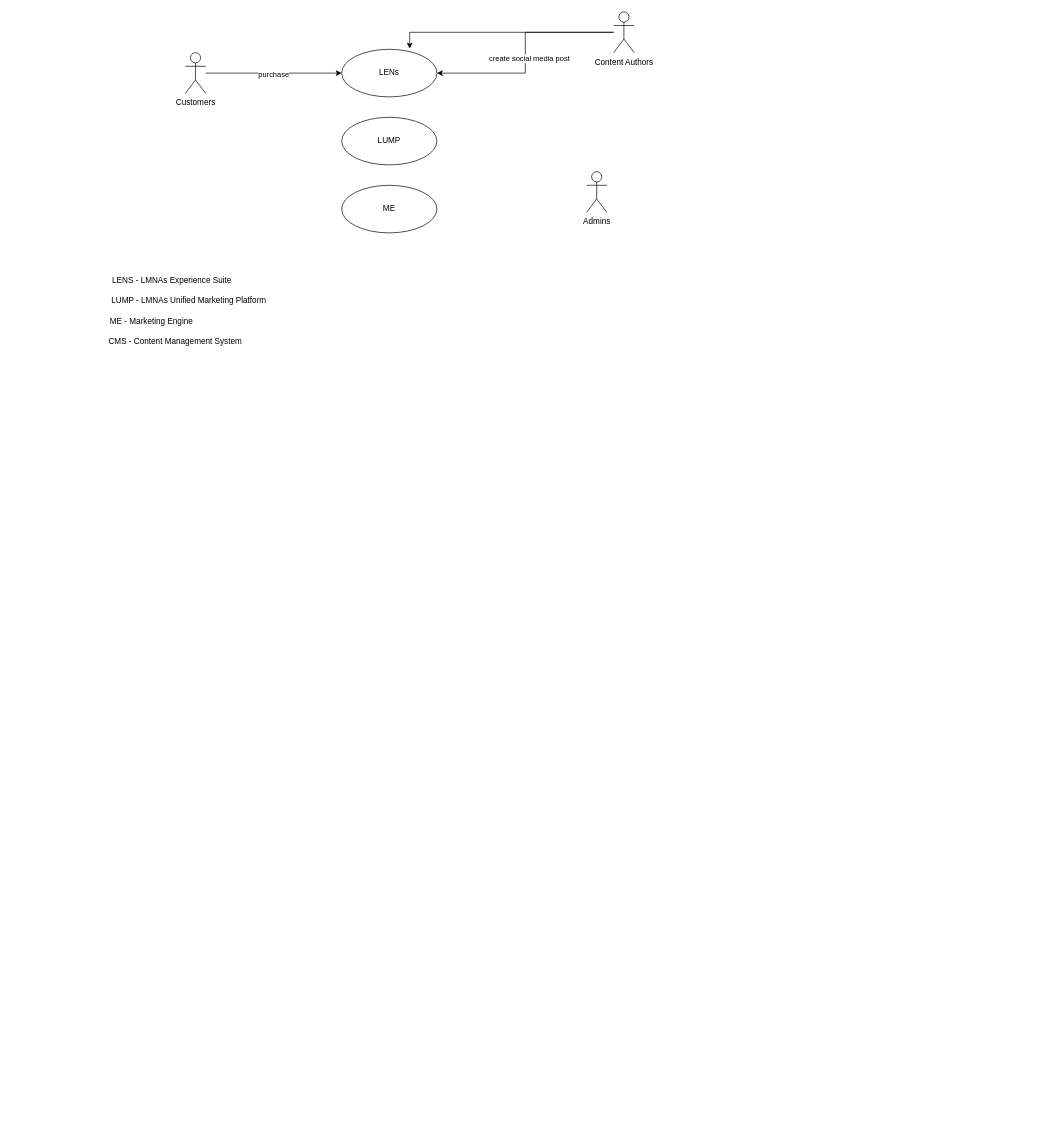
Before: page "LUMP - Use Case Diagram" (2 of 2) of lens-hlighlevel-solution-architecture.drawio in lmnaslimited/iyakkam, a draw.io diagram. Source tidied: cells renumbered, new cells numbered last; positions are measured from the earlier drawing's top-left corner, leaving out a move shared by most shapes. Both pictures are drawn from the tidied source at 68%, with x=0, y=0 at pixel (103, 12).
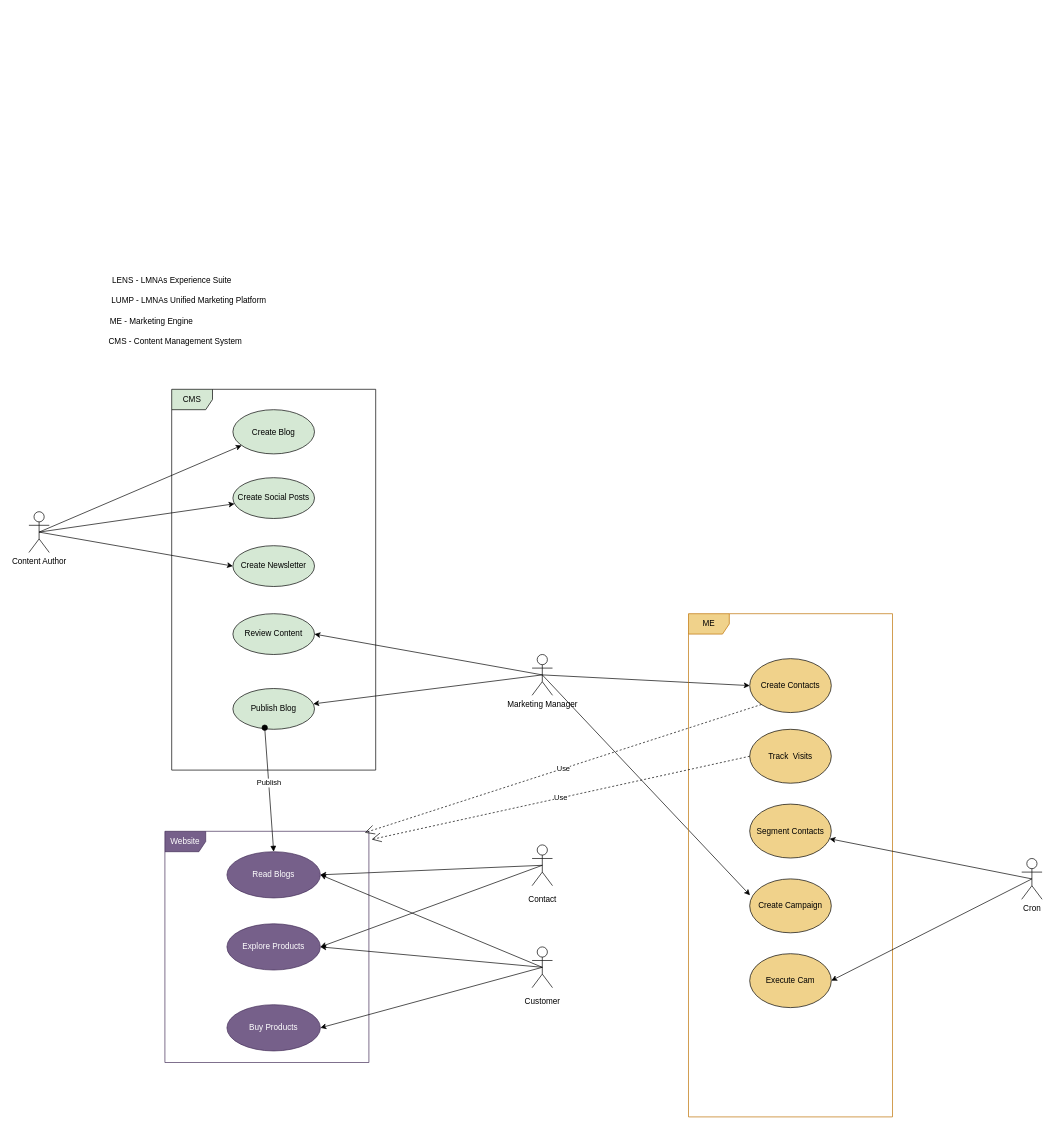
The same page after the edit.

Commit message (it also covers changes not shown here):
Use case draft for LUMP

What changed in the source:
```diff
@@
-    <mxCell id="2" value="LENs" style="ellipse;whiteSpace=wrap;html=1;" parent="1" vertex="1">
-      <mxGeometry x="350" y="55" width="140" height="70" as="geometry" />
-    </mxCell>
-    <mxCell id="3" style="edgeStyle=orthogonalEdgeStyle;rounded=0;jettySize=auto;html=1;" parent="1" edge="1" source="5" target="2">
-      <mxGeometry relative="1" as="geometry" />
-    </mxCell>
-    <mxCell id="4" value="purchase" style="edgeLabel;html=1;align=center;verticalAlign=middle;" parent="3" vertex="1">
-      <mxGeometry x="-0.01" y="-1" relative="1" as="geometry" />
-    </mxCell>
+    <mxCell id="17" style="rounded=0;jettySize=auto;html=1;exitX=0.5;exitY=0.5;exitDx=0;exitDy=0;exitPerimeter=0;" parent="1" edge="1" source="5" target="34">
+      <mxGeometry relative="1" as="geometry" />
+    </mxCell>
+    <mxCell id="18" style="edgeStyle=none;rounded=0;jettySize=auto;html=1;exitX=0.5;exitY=0.5;exitDx=0;exitDy=0;exitPerimeter=0;" parent="1" edge="1" source="5" target="35">
+      <mxGeometry relative="1" as="geometry" />
+    </mxCell>
+    <mxCell id="19" style="edgeStyle=none;rounded=0;jettySize=auto;html=1;exitX=0.5;exitY=0.5;exitDx=0;exitDy=0;exitPerimeter=0;entryX=0;entryY=0.5;entryDx=0;entryDy=0;" parent="1" edge="1" source="5" target="36">
+      <mxGeometry relative="1" as="geometry" />
+    </mxCell>
-    <mxCell id="5" value="Customers" style="shape=umlActor;verticalLabelPosition=bottom;verticalAlign=top;html=1;" parent="1" vertex="1">
-      <mxGeometry x="120" y="60" width="30" height="60" as="geometry" />
+    <mxCell id="5" value="Content Author" style="shape=umlActor;verticalLabelPosition=bottom;verticalAlign=top;html=1;" parent="1" vertex="1">
+      <mxGeometry x="-110" y="735" width="30" height="60" as="geometry" />
     </mxCell>
-    <mxCell id="6" value="Admins" style="shape=umlActor;verticalLabelPosition=bottom;verticalAlign=top;html=1;" parent="1" vertex="1">
-      <mxGeometry x="710" y="235" width="30" height="60" as="geometry" />
-    </mxCell>
-    <mxCell id="7" value="LUMP" style="ellipse;whiteSpace=wrap;html=1;" parent="1" vertex="1">
-      <mxGeometry x="350" y="155" width="140" height="70" as="geometry" />
-    </mxCell>
-    <mxCell id="8" style="edgeStyle=orthogonalEdgeStyle;rounded=0;jettySize=auto;html=1;entryX=1;entryY=0.5;entryDx=0;entryDy=0;" parent="1" edge="1" source="11" target="2">
-      <mxGeometry relative="1" as="geometry" />
-    </mxCell>
-    <mxCell id="9" value="create social media post" style="edgeLabel;html=1;align=center;verticalAlign=middle;" parent="8" vertex="1">
-      <mxGeometry x="0.07" relative="1" as="geometry">
-        <mxPoint x="5" y="-3" as="offset" />
-      </mxGeometry>
-    </mxCell>
-    <mxCell id="10" style="edgeStyle=orthogonalEdgeStyle;rounded=0;jettySize=auto;html=1;entryX=0.714;entryY=-0.014;entryDx=0;entryDy=0;entryPerimeter=0;" parent="1" edge="1" source="11" target="2">
-      <mxGeometry relative="1" as="geometry" />
-    </mxCell>
+    <mxCell id="20" style="edgeStyle=none;rounded=0;jettySize=auto;html=1;exitX=0.5;exitY=0.5;exitDx=0;exitDy=0;exitPerimeter=0;entryX=1;entryY=0.5;entryDx=0;entryDy=0;" parent="1" edge="1" source="11" target="37">
+      <mxGeometry relative="1" as="geometry" />
+    </mxCell>
+    <mxCell id="21" style="edgeStyle=none;rounded=0;jettySize=auto;html=1;exitX=0.5;exitY=0.5;exitDx=0;exitDy=0;exitPerimeter=0;" parent="1" edge="1" source="11" target="38">
+      <mxGeometry relative="1" as="geometry" />
+    </mxCell>
+    <mxCell id="22" style="edgeStyle=none;rounded=0;jettySize=auto;html=1;exitX=0.5;exitY=0.5;exitDx=0;exitDy=0;exitPerimeter=0;entryX=0;entryY=0.5;entryDx=0;entryDy=0;" parent="1" edge="1" source="11" target="27">
+      <mxGeometry relative="1" as="geometry" />
+    </mxCell>
+    <mxCell id="23" style="edgeStyle=none;rounded=0;jettySize=auto;html=1;exitX=0.5;exitY=0.5;exitDx=0;exitDy=0;exitPerimeter=0;entryX=0.004;entryY=0.303;entryDx=0;entryDy=0;entryPerimeter=0;" parent="1" edge="1" source="11" target="29">
+      <mxGeometry relative="1" as="geometry" />
+    </mxCell>
-    <mxCell id="11" value="Content Authors" style="shape=umlActor;verticalLabelPosition=bottom;verticalAlign=top;html=1;" parent="1" vertex="1">
-      <mxGeometry x="750" width="30" height="60" as="geometry" />
+    <mxCell id="11" value="Marketing Manager" style="shape=umlActor;verticalLabelPosition=bottom;verticalAlign=top;html=1;" parent="1" vertex="1">
+      <mxGeometry x="630" y="945" width="30" height="60" as="geometry" />
     </mxCell>
@@
+    <mxCell id="24" style="edgeStyle=none;rounded=0;jettySize=auto;html=1;exitX=0.5;exitY=0.5;exitDx=0;exitDy=0;exitPerimeter=0;entryX=1;entryY=0.5;entryDx=0;entryDy=0;" parent="1" edge="1" source="57" target="41">
+      <mxGeometry relative="1" as="geometry" />
+    </mxCell>
+    <mxCell id="25" style="edgeStyle=none;rounded=0;jettySize=auto;html=1;exitX=0.5;exitY=0.5;exitDx=0;exitDy=0;exitPerimeter=0;entryX=1;entryY=0.5;entryDx=0;entryDy=0;" parent="1" edge="1" source="57" target="42">
+      <mxGeometry relative="1" as="geometry" />
+    </mxCell>
+    <mxCell id="26" style="group;" parent="1" vertex="1">
+      <mxGeometry x="860" y="885" width="300" height="740" as="geometry" />
+    </mxCell>
-    <mxCell id="16" value="ME" style="ellipse;whiteSpace=wrap;html=1;" parent="1" vertex="1">
-      <mxGeometry x="350" y="255" width="140" height="70" as="geometry" />
+    <mxCell id="16" value="ME" style="shape=umlFrame;whiteSpace=wrap;html=1;fillColor=#F0D28B;labelBackgroundColor=none;fontColor=#000000;strokeColor=#BD7000;" parent="26" vertex="1">
+      <mxGeometry width="300" height="740" as="geometry" />
     </mxCell>
+    <mxCell id="27" value="Create Contacts" style="ellipse;whiteSpace=wrap;html=1;labelBackgroundColor=none;fillColor=#F0D28B;" parent="26" vertex="1">
+      <mxGeometry x="90" y="66.1" width="120" height="79.3" as="geometry" />
+    </mxCell>
+    <mxCell id="28" value="Segment Contacts" style="ellipse;whiteSpace=wrap;html=1;labelBackgroundColor=none;fillColor=#F0D28B;" parent="26" vertex="1">
+      <mxGeometry x="90" y="280" width="120" height="79.3" as="geometry" />
+    </mxCell>
+    <mxCell id="29" value="Create Campaign" style="ellipse;whiteSpace=wrap;html=1;labelBackgroundColor=none;fillColor=#F0D28B;" parent="26" vertex="1">
+      <mxGeometry x="90" y="390" width="120" height="79.3" as="geometry" />
+    </mxCell>
+    <mxCell id="30" value="Execute Cam" style="ellipse;whiteSpace=wrap;html=1;labelBackgroundColor=none;fillColor=#F0D28B;" parent="26" vertex="1">
+      <mxGeometry x="90" y="500" width="120" height="79.3" as="geometry" />
+    </mxCell>
+    <mxCell id="31" value="Track&amp;nbsp; Visits" style="ellipse;whiteSpace=wrap;html=1;labelBackgroundColor=none;fillColor=#F0D28B;" parent="26" vertex="1">
+      <mxGeometry x="90" y="170" width="120" height="79.3" as="geometry" />
+    </mxCell>
+    <mxCell id="32" style="group;" parent="1" vertex="1">
+      <mxGeometry x="100" y="555" width="300" height="560" as="geometry" />
+    </mxCell>
+    <mxCell id="33" value="CMS" style="shape=umlFrame;whiteSpace=wrap;html=1;fillColor=#D5E8D4;labelBackgroundColor=none;" parent="32" vertex="1">
+      <mxGeometry width="300" height="560" as="geometry" />
+    </mxCell>
+    <mxCell id="34" value="Create Blog" style="ellipse;whiteSpace=wrap;html=1;labelBackgroundColor=none;fillColor=#D5E8D4;" parent="32" vertex="1">
+      <mxGeometry x="90" y="30" width="120" height="65" as="geometry" />
+    </mxCell>
+    <mxCell id="35" value="Create Social Posts" style="ellipse;whiteSpace=wrap;html=1;fillColor=#D5E8D4;labelBackgroundColor=none;" parent="32" vertex="1">
+      <mxGeometry x="90" y="130" width="120" height="60" as="geometry" />
+    </mxCell>
+    <mxCell id="36" value="Create Newsletter" style="ellipse;whiteSpace=wrap;html=1;fillColor=#D5E8D4;labelBackgroundColor=none;" parent="32" vertex="1">
+      <mxGeometry x="90" y="230" width="120" height="60" as="geometry" />
+    </mxCell>
+    <mxCell id="37" value="Review Content" style="ellipse;whiteSpace=wrap;html=1;fillColor=#D5E8D4;labelBackgroundColor=none;" parent="32" vertex="1">
+      <mxGeometry x="90" y="330" width="120" height="60" as="geometry" />
+    </mxCell>
+    <mxCell id="38" value="Publish Blog" style="ellipse;whiteSpace=wrap;html=1;fillColor=#D5E8D4;labelBackgroundColor=none;" parent="32" vertex="1">
+      <mxGeometry x="90" y="440" width="120" height="60" as="geometry" />
+    </mxCell>
+    <mxCell id="39" style="group;" parent="1" vertex="1">
+      <mxGeometry x="90" y="1205" width="300" height="340" as="geometry" />
+    </mxCell>
+    <mxCell id="40" value="Website" style="shape=umlFrame;whiteSpace=wrap;html=1;fillColor=#76608a;labelBackgroundColor=none;fontColor=#ffffff;strokeColor=#432D57;" parent="39" vertex="1">
+      <mxGeometry width="300" height="340" as="geometry" />
+    </mxCell>
+    <mxCell id="41" value="Explore Products" style="ellipse;whiteSpace=wrap;html=1;labelBackgroundColor=none;fillColor=#76608a;fontColor=#ffffff;strokeColor=#432D57;" parent="39" vertex="1">
+      <mxGeometry x="91.2" y="136" width="137.5" height="68" as="geometry" />
+    </mxCell>
+    <mxCell id="42" value="Read Blogs" style="ellipse;whiteSpace=wrap;html=1;labelBackgroundColor=none;fillColor=#76608a;fontColor=#ffffff;strokeColor=#432D57;" parent="39" vertex="1">
+      <mxGeometry x="91.2" y="30" width="137.5" height="68" as="geometry" />
+    </mxCell>
+    <mxCell id="43" value="Buy Products" style="ellipse;whiteSpace=wrap;html=1;labelBackgroundColor=none;fillColor=#76608a;fontColor=#ffffff;strokeColor=#432D57;" parent="39" vertex="1">
+      <mxGeometry x="91.2" y="255" width="137.5" height="68" as="geometry" />
+    </mxCell>
+    <mxCell id="44" style="edgeStyle=none;rounded=0;jettySize=auto;html=1;exitX=0.5;exitY=0.5;exitDx=0;exitDy=0;exitPerimeter=0;entryX=1;entryY=0.5;entryDx=0;entryDy=0;" parent="1" edge="1" source="54" target="41">
+      <mxGeometry relative="1" as="geometry" />
+    </mxCell>
+    <mxCell id="45" style="edgeStyle=none;rounded=0;jettySize=auto;html=1;exitX=0.5;exitY=0.5;exitDx=0;exitDy=0;exitPerimeter=0;entryX=1;entryY=0.5;entryDx=0;entryDy=0;" parent="1" edge="1" source="54" target="42">
+      <mxGeometry relative="1" as="geometry" />
+    </mxCell>
+    <mxCell id="46" style="edgeStyle=none;rounded=0;jettySize=auto;html=1;exitX=0.5;exitY=0.5;exitDx=0;exitDy=0;exitPerimeter=0;entryX=1;entryY=0.5;entryDx=0;entryDy=0;" parent="1" edge="1" source="54" target="43">
+      <mxGeometry relative="1" as="geometry" />
+    </mxCell>
+    <mxCell id="47" value="Publish" style="html=1;verticalAlign=bottom;startArrow=oval;startFill=1;endArrow=block;startSize=8;rounded=0;exitX=0.39;exitY=0.961;exitDx=0;exitDy=0;entryX=0.5;entryY=0;entryDx=0;entryDy=0;exitPerimeter=0;" parent="1" edge="1" source="38" target="42">
+      <mxGeometry relative="1" as="geometry" />
+    </mxCell>
+    <mxCell id="48" style="edgeStyle=none;rounded=0;jettySize=auto;html=1;exitX=0.5;exitY=0.5;exitDx=0;exitDy=0;exitPerimeter=0;" parent="1" edge="1" source="50" target="28">
+      <mxGeometry relative="1" as="geometry" />
+    </mxCell>
+    <mxCell id="49" style="edgeStyle=none;rounded=0;jettySize=auto;html=1;exitX=0.5;exitY=0.5;exitDx=0;exitDy=0;exitPerimeter=0;entryX=1;entryY=0.5;entryDx=0;entryDy=0;" parent="1" edge="1" source="50" target="30">
+      <mxGeometry relative="1" as="geometry" />
+    </mxCell>
+    <mxCell id="50" value="Cron" style="shape=umlActor;verticalLabelPosition=bottom;verticalAlign=top;html=1;" parent="1" vertex="1">
+      <mxGeometry x="1350" y="1245" width="30" height="60" as="geometry" />
+    </mxCell>
+    <mxCell id="51" value="Use" style="endArrow=open;endSize=12;dashed=1;html=1;rounded=0;exitX=0;exitY=1;exitDx=0;exitDy=0;entryX=0.98;entryY=0.006;entryDx=0;entryDy=0;entryPerimeter=0;" parent="1" edge="1" source="27" target="40">
+      <mxGeometry relative="1" as="geometry" />
+    </mxCell>
+    <mxCell id="52" value="Use" style="endArrow=open;endSize=12;dashed=1;html=1;rounded=0;exitX=0;exitY=0.5;exitDx=0;exitDy=0;entryX=0.98;entryY=0.006;entryDx=0;entryDy=0;entryPerimeter=0;" parent="1" edge="1" source="31">
+      <mxGeometry relative="1" as="geometry">
+        <mxPoint x="394" y="1217" as="targetPoint" />
+      </mxGeometry>
+    </mxCell>
+    <mxCell id="53" style="group;" parent="1" vertex="1">
+      <mxGeometry x="610" y="1375" width="70" height="90" as="geometry" />
+    </mxCell>
+    <mxCell id="54" style="shape=umlActor;verticalLabelPosition=bottom;verticalAlign=top;html=1;" parent="53" vertex="1">
+      <mxGeometry x="20" width="30" height="60" as="geometry" />
+    </mxCell>
+    <mxCell id="55" value="Customer" style="text;html=1;align=center;verticalAlign=middle;strokeColor=none;fillColor=none;" parent="53" vertex="1">
+      <mxGeometry y="70" width="70" height="20" as="geometry" />
+    </mxCell>
+    <mxCell id="56" style="group;" parent="1" vertex="1">
+      <mxGeometry x="615" y="1225" width="60" height="90" as="geometry" />
+    </mxCell>
+    <mxCell id="57" style="shape=umlActor;verticalLabelPosition=bottom;verticalAlign=top;html=1;" parent="56" vertex="1">
+      <mxGeometry x="15" width="30" height="60" as="geometry" />
+    </mxCell>
+    <mxCell id="58" value="Contact" style="text;html=1;align=center;verticalAlign=middle;strokeColor=none;fillColor=none;" parent="56" vertex="1">
+      <mxGeometry y="70" width="60" height="20" as="geometry" />
+    </mxCell>
```
